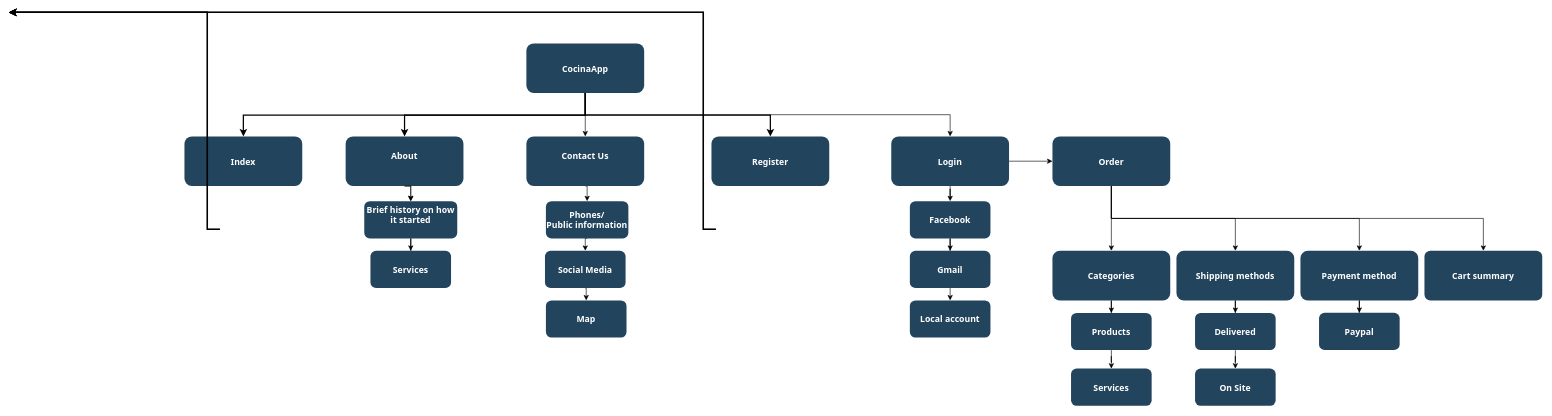
The draw.io diagram Untitled Diagram.drawio in cristiandepena/CocinaApp, before the edit. Source tidied: cells renumbered, new cells numbered last; positions are measured from the earlier drawing's top-left corner, leaving out a move shared by most shapes. Both pictures are drawn from the tidied source at 62%, with x=0, y=0 at pixel (9, 12).
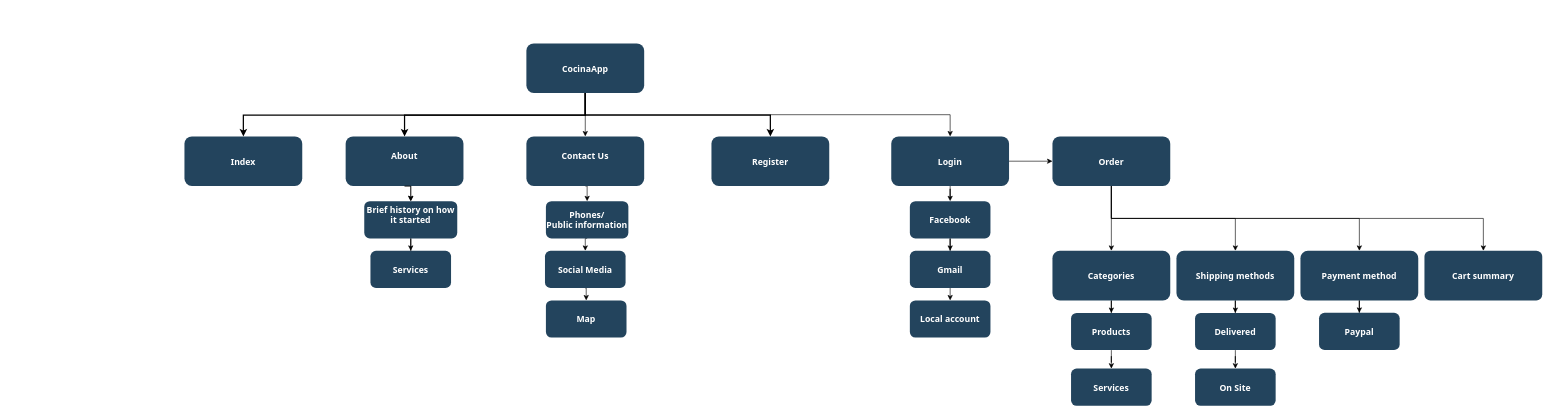
Above is the later version.

Commit message:
Removing unnecessary lines

Change to the diagram source:
```diff
@@
-    <mxCell id="19" style="edgeStyle=elbowEdgeStyle;elbow=horizontal;strokeWidth=2;rounded=0;" parent="1" edge="1">
-      <mxGeometry x="-23" y="135.5" as="geometry">
-        <mxPoint x="340" y="349.5" as="sourcePoint" />
-        <mxPoint y="-0.5" as="targetPoint" />
-        <Array as="points">
-          <mxPoint x="320" y="399.5" />
-        </Array>
-      </mxGeometry>
-    </mxCell>
-    <mxCell id="20" style="edgeStyle=elbowEdgeStyle;elbow=horizontal;strokeWidth=2;rounded=0;" parent="1" edge="1">
-      <mxGeometry x="-23" y="135.5" as="geometry">
-        <mxPoint x="340" y="349.5" as="sourcePoint" />
-        <mxPoint y="-0.5" as="targetPoint" />
-        <Array as="points">
-          <mxPoint x="320" y="439.5" />
-        </Array>
-      </mxGeometry>
-    </mxCell>
-    <mxCell id="21" style="edgeStyle=elbowEdgeStyle;elbow=horizontal;strokeWidth=2;rounded=0;" parent="1" edge="1">
-      <mxGeometry x="-23" y="135.5" as="geometry">
-        <mxPoint x="340" y="349.5" as="sourcePoint" />
-        <mxPoint y="-0.5" as="targetPoint" />
-        <Array as="points">
-          <mxPoint x="320" y="479.5" />
-        </Array>
-      </mxGeometry>
-    </mxCell>
-    <mxCell id="22" style="edgeStyle=elbowEdgeStyle;elbow=horizontal;strokeWidth=2;rounded=0;" parent="1" edge="1">
-      <mxGeometry x="-23" y="135.5" as="geometry">
-        <mxPoint x="1140" y="349.5" as="sourcePoint" />
-        <mxPoint y="-0.5" as="targetPoint" />
-        <Array as="points">
-          <mxPoint x="1120" y="409.5" />
-        </Array>
-      </mxGeometry>
-    </mxCell>
-    <mxCell id="23" style="edgeStyle=elbowEdgeStyle;elbow=horizontal;strokeWidth=2;rounded=0;" parent="1" edge="1">
-      <mxGeometry x="-23" y="135.5" as="geometry">
-        <mxPoint x="1140" y="349.5" as="sourcePoint" />
-        <mxPoint y="-0.5" as="targetPoint" />
-        <Array as="points">
-          <mxPoint x="1120" y="439.5" />
-        </Array>
-      </mxGeometry>
-    </mxCell>
-    <mxCell id="24" style="edgeStyle=elbowEdgeStyle;elbow=horizontal;strokeWidth=2;rounded=0;" parent="1" edge="1">
-      <mxGeometry x="-23" y="135.5" as="geometry">
-        <mxPoint x="1140" y="349.5" as="sourcePoint" />
-        <mxPoint y="-0.5" as="targetPoint" />
-        <Array as="points">
-          <mxPoint x="1120" y="489.5" />
-        </Array>
-      </mxGeometry>
-    </mxCell>
```
